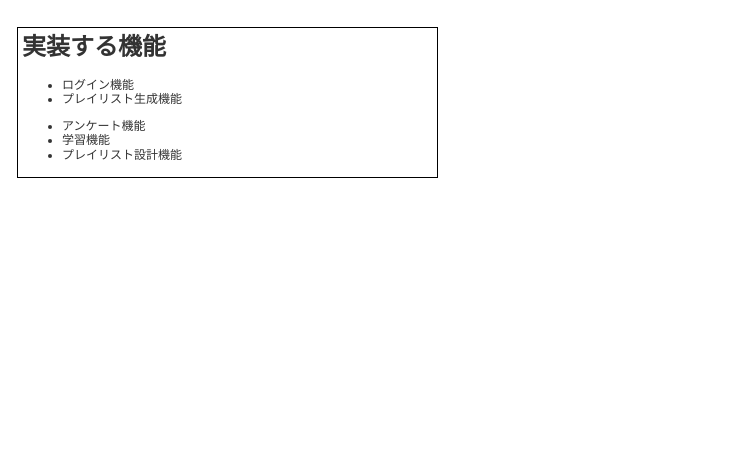
Above: page "Page-1" (1 of 6) of PositiveMoodPlayList.drawio in zumiosan/PositiveMoodPlayList (draw.io), before the change. Source tidied: cells renumbered, new cells numbered last; positions are measured from the earlier drawing's top-left corner, leaving out a move shared by most shapes. Both pictures are drawn from the tidied source at 100%, with x=0, y=0 at pixel (17, 27).
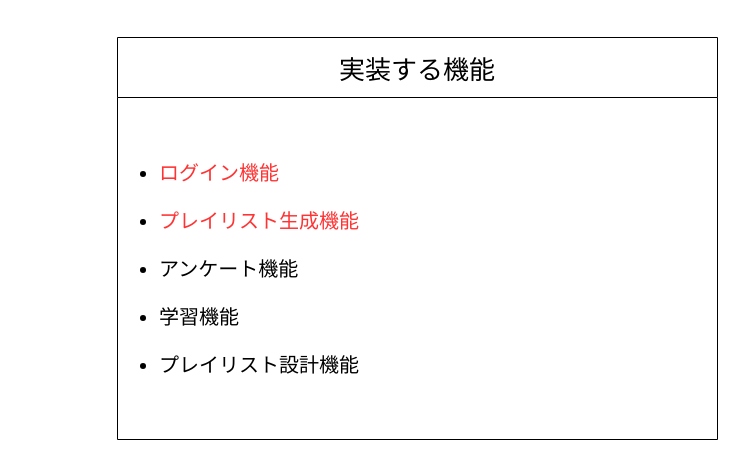
After the change.

What changed in the source:
```diff
@@
 <mxGraphModel>
   <root>
     <mxCell id="0" />
     <mxCell id="1" parent="0" />
-    <mxCell id="2" value="&lt;h1&gt;実装する機能&lt;/h1&gt;&lt;p&gt;&lt;/p&gt;&lt;ul&gt;&lt;li&gt;&lt;font style=&quot;font-size: 12px&quot;&gt;ログイン機能&lt;/font&gt;&lt;/li&gt;&lt;li&gt;プレイリスト生成機能&lt;/li&gt;&lt;/ul&gt;&lt;ul&gt;&lt;li&gt;アンケート機能&lt;/li&gt;&lt;li&gt;学習機能&lt;/li&gt;&lt;li&gt;プレイリスト設計機能&lt;span style=&quot;white-space: pre&quot;&gt; &lt;/span&gt;&lt;/li&gt;&lt;/ul&gt;&lt;p&gt;&lt;/p&gt;" style="text;html=1;spacing=5;spacingTop=-20;whiteSpace=wrap;overflow=hidden;rounded=0;shadow=0;glass=0;fontColor=#333333;strokeColor=#000000;" parent="1" vertex="1">
-      <mxGeometry width="420" height="150" as="geometry" />
-    </mxCell>
+    <mxCell id="3" style="group;" parent="1" vertex="1">
+      <mxGeometry x="100" y="10" width="600" height="380" as="geometry" />
+    </mxCell>
+    <mxCell id="4" value="実装する機能" style="swimlane;fontStyle=0;horizontal=1;startSize=60;rounded=0;shadow=0;glass=0;strokeColor=#000000;fillColor=none;fontSize=26;" parent="3" vertex="1">
+      <mxGeometry width="600" height="402" as="geometry" />
+    </mxCell>
+    <mxCell id="5" value="&lt;ul style=&quot;font-size: 20px ; line-height: 240%&quot;&gt;&lt;li style=&quot;font-size: 20px&quot;&gt;&lt;font color=&quot;#ff3333&quot;&gt;ログイン機能&lt;/font&gt;&lt;/li&gt;&lt;li style=&quot;font-size: 20px&quot;&gt;&lt;font color=&quot;#ff3333&quot;&gt;プレイリスト生成機能&lt;/font&gt;&lt;/li&gt;&lt;li style=&quot;font-size: 20px&quot;&gt;アンケート機能&lt;/li&gt;&lt;li style=&quot;font-size: 20px&quot;&gt;学習機能&lt;/li&gt;&lt;li style=&quot;font-size: 20px&quot;&gt;プレイリスト設計機能&lt;/li&gt;&lt;/ul&gt;" style="text;html=1;strokeColor=none;fillColor=none;align=left;verticalAlign=middle;whiteSpace=wrap;rounded=0;shadow=0;glass=0;fontSize=20;" parent="4" vertex="1">
+      <mxGeometry y="60" width="600" height="342" as="geometry" />
+    </mxCell>
   </root>
 </mxGraphModel>
```
